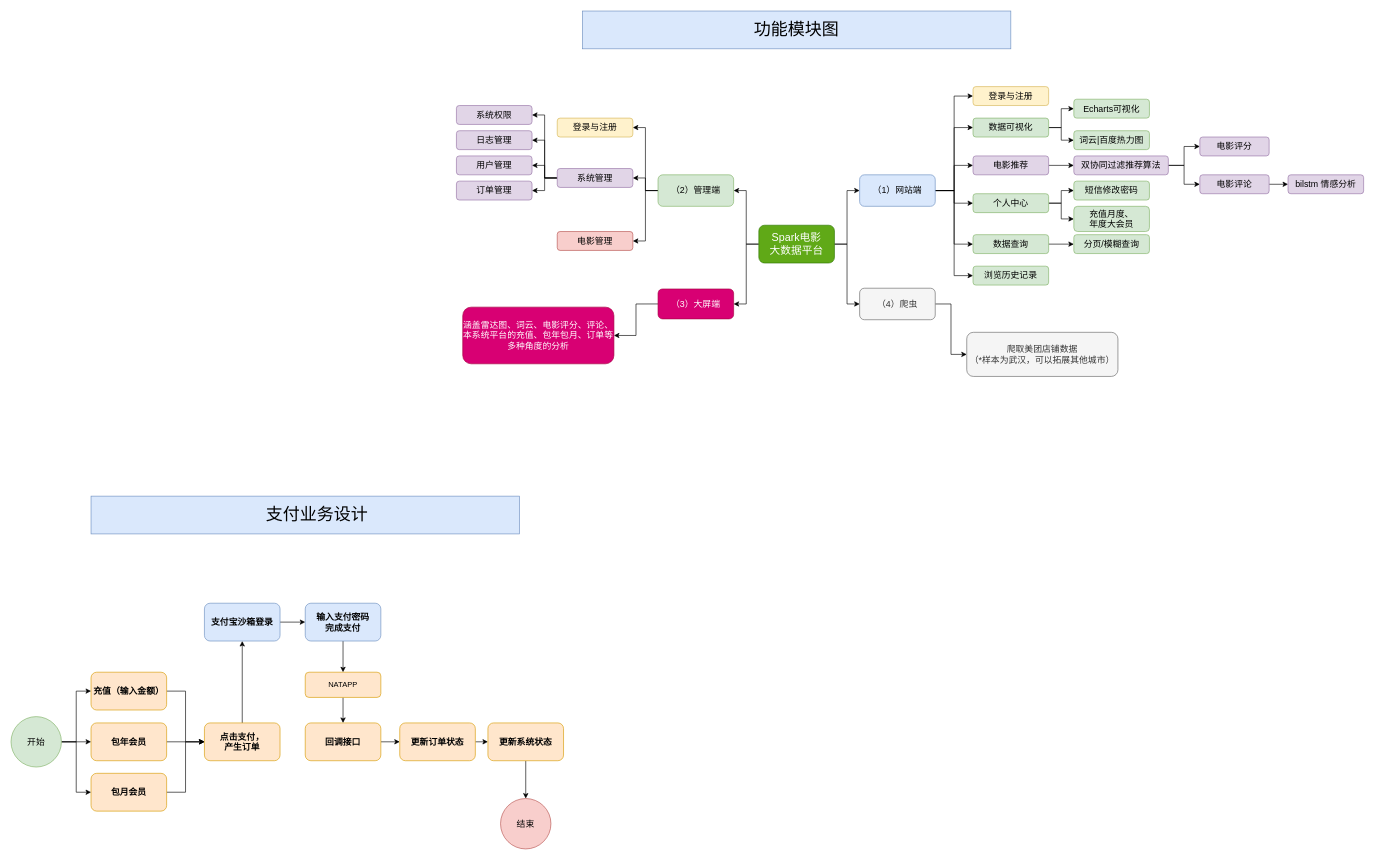
The draw.io diagram SPARK/02-Movie.drawio in redcomet88/DRAW, before the edit. Source tidied: cells renumbered, new cells numbered last; positions are measured from the earlier drawing's top-left corner, leaving out a move shared by most shapes. Both pictures are drawn from the tidied source at 63%, with x=0, y=0 at pixel (11, 11).
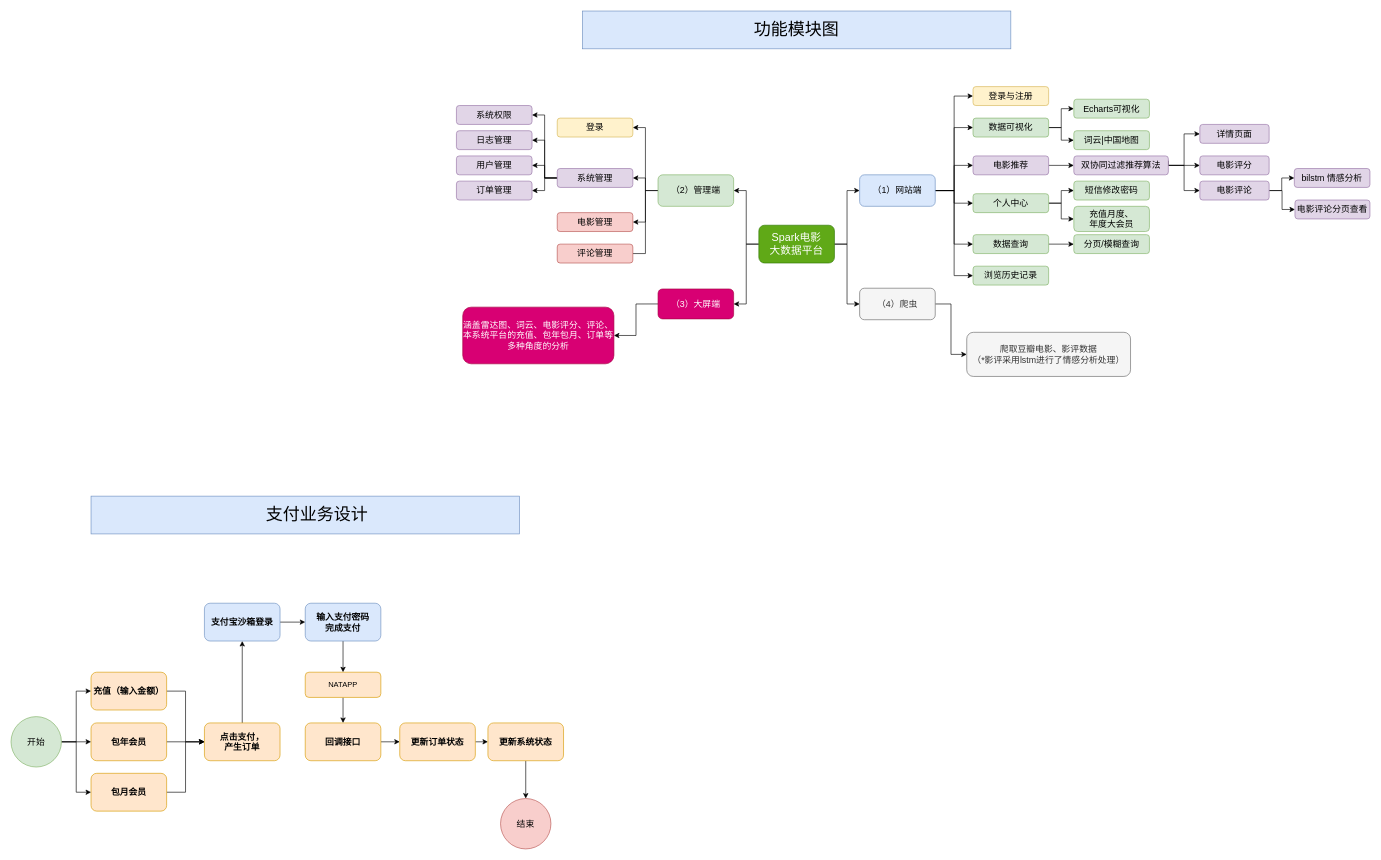
The same page after the edit.

The change refers to these unchanged cells:
```xml
<mxCell id="24" value="双协同过滤推荐算法" style="rounded=1;whiteSpace=wrap;html=1;fontSize=14;fillColor=#e1d5e7;strokeColor=#9673a6;" parent="1" vertex="1">
  <mxGeometry x="1687" y="230" width="150" height="30" as="geometry" />
</mxCell>
<mxCell id="39" value="（2）管理端" style="rounded=1;whiteSpace=wrap;html=1;fontSize=14;fillColor=#d5e8d4;strokeColor=#82b366;" parent="1" vertex="1">
  <mxGeometry x="1027" y="260" width="120" height="50" as="geometry" />
</mxCell>
```

Diff of the diagram source:
```diff
@@
-    <mxCell id="20" value="词云|百度热力图" style="rounded=1;whiteSpace=wrap;html=1;fontSize=14;fillColor=#d5e8d4;strokeColor=#82b366;" parent="1" vertex="1">
+    <mxCell id="20" value="词云|中国地图" style="rounded=1;whiteSpace=wrap;html=1;fontSize=14;fillColor=#d5e8d4;strokeColor=#82b366;" parent="1" vertex="1">
       <mxGeometry x="1687" y="190" width="120" height="30" as="geometry" />
     </mxCell>
@@
+    <mxCell id="87" style="edgeStyle=orthogonalEdgeStyle;rounded=0;jettySize=auto;html=1;exitX=1;exitY=0.25;exitDx=0;exitDy=0;entryX=0;entryY=0.5;entryDx=0;entryDy=0;" parent="1" edge="1" source="24" target="89">
+      <mxGeometry relative="1" as="geometry">
+        <Array as="points">
+          <mxPoint x="1837" y="245" />
+          <mxPoint x="1862" y="245" />
+          <mxPoint x="1862" y="195" />
+        </Array>
+      </mxGeometry>
+    </mxCell>
@@
-    <mxCell id="38" style="edgeStyle=orthogonalEdgeStyle;rounded=0;jettySize=auto;html=1;exitX=0;exitY=0.5;exitDx=0;exitDy=0;entryX=1;entryY=0.5;entryDx=0;entryDy=0;" parent="1" edge="1" source="39" target="43">
+    <mxCell id="38" style="edgeStyle=orthogonalEdgeStyle;rounded=0;jettySize=auto;html=1;exitX=1;exitY=0.5;exitDx=0;exitDy=0;entryX=1;entryY=0.5;entryDx=0;entryDy=0;" parent="1" edge="1" source="90" target="43">
       <mxGeometry relative="1" as="geometry" />
     </mxCell>
@@
-    <mxCell id="43" value="登录与注册" style="rounded=1;whiteSpace=wrap;html=1;fontSize=14;fillColor=#fff2cc;strokeColor=#d6b656;" parent="1" vertex="1">
+    <mxCell id="43" value="登录" style="rounded=1;whiteSpace=wrap;html=1;fontSize=14;fillColor=#fff2cc;strokeColor=#d6b656;" parent="1" vertex="1">
       <mxGeometry x="867" y="170" width="120" height="30" as="geometry" />
     </mxCell>
@@
     <mxCell id="47" value="电影管理" style="rounded=1;whiteSpace=wrap;html=1;fontSize=14;fillColor=#f8cecc;strokeColor=#b85450;" parent="1" vertex="1">
-      <mxGeometry x="867" y="350" width="120" height="30" as="geometry" />
+      <mxGeometry x="867" y="320" width="120" height="30" as="geometry" />
     </mxCell>
@@
-    <mxCell id="54" value="爬取美团店铺数据&lt;br&gt;（*样本为武汉，可以拓展其他城市）" style="rounded=1;whiteSpace=wrap;html=1;fontSize=14;fillColor=#f5f5f5;strokeColor=#666666;fontColor=#333333;" parent="1" vertex="1">
-      <mxGeometry x="1517" y="510" width="240" height="70" as="geometry" />
+    <mxCell id="54" value="爬取豆瓣电影、影评数据&lt;br&gt;（*影评采用lstm进行了情感分析处理）" style="rounded=1;whiteSpace=wrap;html=1;fontSize=14;fillColor=#f5f5f5;strokeColor=#666666;fontColor=#333333;" parent="1" vertex="1">
+      <mxGeometry x="1517" y="510" width="260" height="70" as="geometry" />
     </mxCell>
@@
     <mxCell id="83" value="电影评分" style="rounded=1;whiteSpace=wrap;html=1;fontSize=14;fillColor=#e1d5e7;strokeColor=#9673a6;" parent="1" vertex="1">
-      <mxGeometry x="1887" y="200" width="110" height="30" as="geometry" />
+      <mxGeometry x="1887" y="230" width="110" height="30" as="geometry" />
     </mxCell>
@@
+    <mxCell id="88" style="edgeStyle=orthogonalEdgeStyle;rounded=0;jettySize=auto;html=1;exitX=1;exitY=0.5;exitDx=0;exitDy=0;entryX=0;entryY=0.5;entryDx=0;entryDy=0;" parent="1" edge="1" source="85" target="91">
+      <mxGeometry relative="1" as="geometry" />
+    </mxCell>
     <mxCell id="85" value="电影评论" style="rounded=1;whiteSpace=wrap;html=1;fontSize=14;fillColor=#e1d5e7;strokeColor=#9673a6;" parent="1" vertex="1">
-      <mxGeometry x="1887" y="260" width="110" height="30" as="geometry" />
+      <mxGeometry x="1887" y="270" width="110" height="30" as="geometry" />
     </mxCell>
     <mxCell id="86" value="bilstm 情感分析" style="rounded=1;whiteSpace=wrap;html=1;fontSize=14;fillColor=#e1d5e7;strokeColor=#9673a6;" parent="1" vertex="1">
-      <mxGeometry x="2027" y="260" width="120" height="30" as="geometry" />
+      <mxGeometry x="2037" y="250" width="120" height="30" as="geometry" />
     </mxCell>
+    <mxCell id="89" value="详情页面" style="rounded=1;whiteSpace=wrap;html=1;fontSize=14;fillColor=#e1d5e7;strokeColor=#9673a6;" parent="1" vertex="1">
+      <mxGeometry x="1887" y="180" width="110" height="30" as="geometry" />
+    </mxCell>
+    <mxCell id="90" value="评论管理" style="rounded=1;whiteSpace=wrap;html=1;fontSize=14;fillColor=#f8cecc;strokeColor=#b85450;" parent="1" vertex="1">
+      <mxGeometry x="867" y="370" width="120" height="30" as="geometry" />
+    </mxCell>
+    <mxCell id="91" value="电影评论分页查看" style="rounded=1;whiteSpace=wrap;html=1;fontSize=14;fillColor=#e1d5e7;strokeColor=#9673a6;" parent="1" vertex="1">
+      <mxGeometry x="2038" y="300" width="119" height="30" as="geometry" />
+    </mxCell>
```
